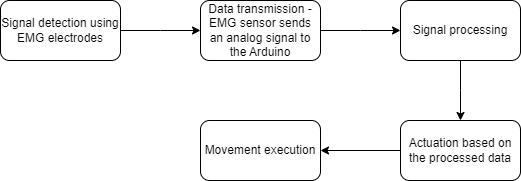
Before: emg architecture.png, a diagram exported from draw.io (abixxvii/EMG-controlled-prosthetic-arm-). Source tidied: cells renumbered, new cells last; positions are measured from the earlier drawing's top-left corner, leaving out a move shared by most shapes.
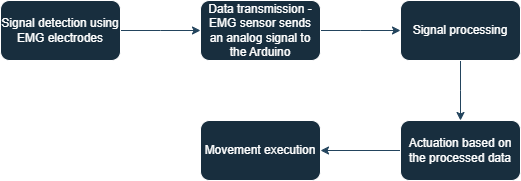
Above is the later version.

Change to the diagram source:
```diff
@@ -2,39 +2,39 @@
   <root>
     <mxCell id="0" />
     <mxCell id="1" parent="0" />
-    <mxCell id="2" style="edgeStyle=orthogonalEdgeStyle;rounded=0;jettySize=auto;html=1;exitX=1;exitY=0.5;exitDx=0;exitDy=0;" parent="1" edge="1" source="3">
+    <mxCell id="2" style="edgeStyle=orthogonalEdgeStyle;rounded=0;jettySize=auto;html=1;exitX=1;exitY=0.5;exitDx=0;exitDy=0;labelBackgroundColor=none;strokeColor=#23445D;fontColor=default;" parent="1" edge="1" source="3">
       <mxGeometry relative="1" as="geometry">
         <mxPoint x="200" y="30" as="targetPoint" />
       </mxGeometry>
     </mxCell>
-    <mxCell id="3" value="Signal detection using EMG electrodes" style="rounded=1;whiteSpace=wrap;html=1;" parent="1" vertex="1">
+    <mxCell id="3" value="Signal detection using EMG electrodes" style="rounded=1;whiteSpace=wrap;html=1;labelBackgroundColor=none;fillColor=#182E3E;strokeColor=#FFFFFF;fontColor=#FFFFFF;" parent="1" vertex="1">
       <mxGeometry width="120" height="60" as="geometry" />
     </mxCell>
-    <mxCell id="4" style="edgeStyle=orthogonalEdgeStyle;rounded=0;jettySize=auto;html=1;exitX=1;exitY=0.5;exitDx=0;exitDy=0;" parent="1" edge="1" source="5">
+    <mxCell id="4" style="edgeStyle=orthogonalEdgeStyle;rounded=0;jettySize=auto;html=1;exitX=1;exitY=0.5;exitDx=0;exitDy=0;labelBackgroundColor=none;strokeColor=#23445D;fontColor=default;" parent="1" edge="1" source="5">
       <mxGeometry relative="1" as="geometry">
         <mxPoint x="400" y="30" as="targetPoint" />
       </mxGeometry>
     </mxCell>
-    <mxCell id="5" value="Data transmission - EMG sensor sends an analog signal to the Arduino" style="rounded=1;whiteSpace=wrap;html=1;" parent="1" vertex="1">
+    <mxCell id="5" value="Data transmission - EMG sensor sends an analog signal to the Arduino" style="rounded=1;whiteSpace=wrap;html=1;labelBackgroundColor=none;fillColor=#182E3E;strokeColor=#FFFFFF;fontColor=#FFFFFF;" parent="1" vertex="1">
       <mxGeometry x="200" width="120" height="60" as="geometry" />
     </mxCell>
-    <mxCell id="6" style="edgeStyle=orthogonalEdgeStyle;rounded=0;jettySize=auto;html=1;" parent="1" edge="1" source="7">
+    <mxCell id="6" style="edgeStyle=orthogonalEdgeStyle;rounded=0;jettySize=auto;html=1;labelBackgroundColor=none;strokeColor=#23445D;fontColor=default;" parent="1" edge="1" source="7">
       <mxGeometry relative="1" as="geometry">
         <mxPoint x="460" y="120" as="targetPoint" />
       </mxGeometry>
     </mxCell>
-    <mxCell id="7" value="Signal processing" style="rounded=1;whiteSpace=wrap;html=1;" parent="1" vertex="1">
+    <mxCell id="7" value="Signal processing" style="rounded=1;whiteSpace=wrap;html=1;labelBackgroundColor=none;fillColor=#182E3E;strokeColor=#FFFFFF;fontColor=#FFFFFF;" parent="1" vertex="1">
       <mxGeometry x="400" width="120" height="60" as="geometry" />
     </mxCell>
-    <mxCell id="8" style="edgeStyle=orthogonalEdgeStyle;rounded=0;jettySize=auto;html=1;" parent="1" edge="1" source="9">
+    <mxCell id="8" style="edgeStyle=orthogonalEdgeStyle;rounded=0;jettySize=auto;html=1;labelBackgroundColor=none;strokeColor=#23445D;fontColor=default;" parent="1" edge="1" source="9">
       <mxGeometry relative="1" as="geometry">
         <mxPoint x="320" y="150" as="targetPoint" />
       </mxGeometry>
     </mxCell>
-    <mxCell id="9" value="Actuation based on the processed data" style="rounded=1;whiteSpace=wrap;html=1;" parent="1" vertex="1">
+    <mxCell id="9" value="Actuation based on the processed data" style="rounded=1;whiteSpace=wrap;html=1;labelBackgroundColor=none;fillColor=#182E3E;strokeColor=#FFFFFF;fontColor=#FFFFFF;" parent="1" vertex="1">
       <mxGeometry x="400" y="120" width="120" height="60" as="geometry" />
     </mxCell>
-    <mxCell id="10" value="Movement execution" style="rounded=1;whiteSpace=wrap;html=1;" parent="1" vertex="1">
+    <mxCell id="10" value="Movement execution" style="rounded=1;whiteSpace=wrap;html=1;labelBackgroundColor=none;fillColor=#182E3E;strokeColor=#FFFFFF;fontColor=#FFFFFF;" parent="1" vertex="1">
       <mxGeometry x="200" y="120" width="120" height="60" as="geometry" />
     </mxCell>
   </root>
```
